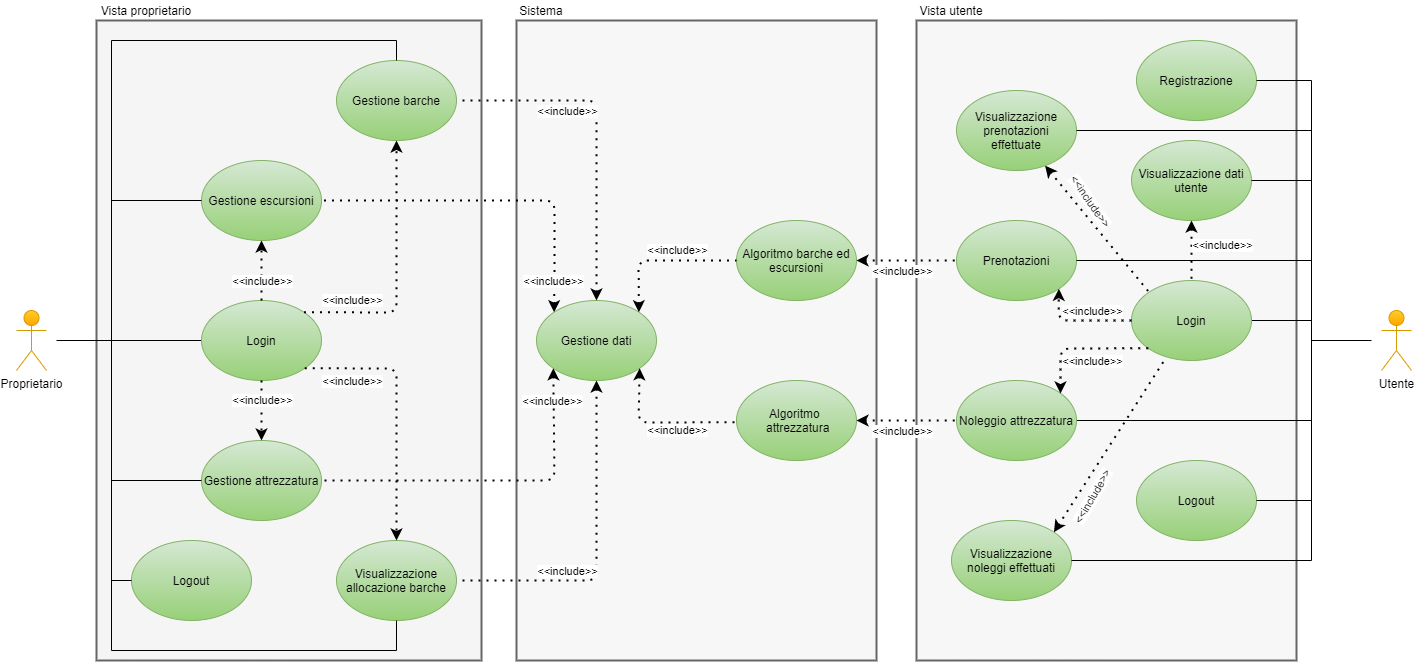
Earlier version of the draw.io export Documentation/images/iterazione0/useCases_v6.png (marcobisceglia/info3B). Source tidied: cells renumbered, new cells last; positions are measured from the earlier drawing's top-left corner, leaving out a move shared by most shapes.
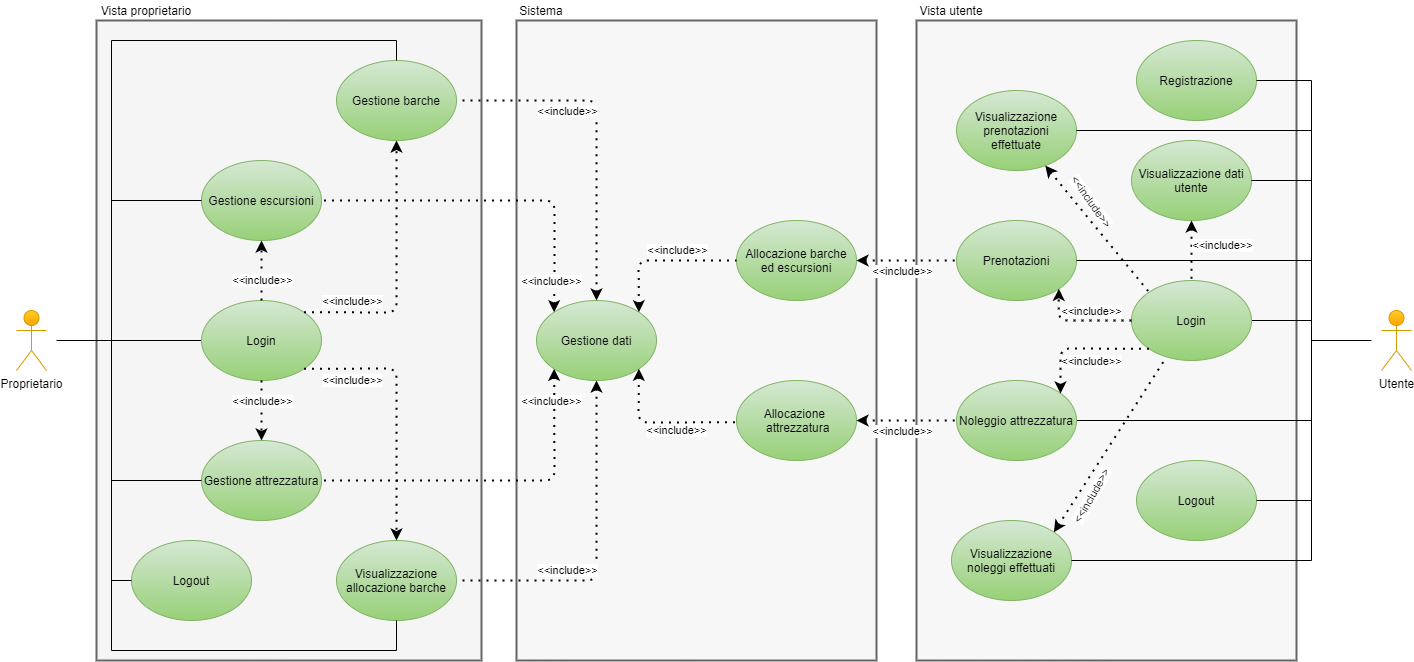
The same diagram one commit later.

Change to the diagram source:
```diff
@@ -127,7 +127,7 @@
         <mxPoint x="-33" y="97.5" as="offset" />
       </mxGeometry>
     </mxCell>
-    <mxCell id="29" value="Algoritmo barche ed escursioni" style="ellipse;whiteSpace=wrap;html=1;fillColor=#d5e8d4;strokeColor=#82b366;gradientColor=#97d077;" parent="1" vertex="1">
+    <mxCell id="29" value="Allocazione barche ed escursioni" style="ellipse;whiteSpace=wrap;html=1;fillColor=#d5e8d4;strokeColor=#82b366;gradientColor=#97d077;" parent="1" vertex="1">
       <mxGeometry x="720" y="220" width="120" height="80" as="geometry" />
     </mxCell>
     <mxCell id="30" style="endArrow=none;dashed=1;html=1;dashPattern=1 3;strokeWidth=2;exitX=1;exitY=0;exitDx=0;exitDy=0;entryX=0;entryY=0.5;entryDx=0;entryDy=0;startArrow=classic;startFill=1;endFill=0;" parent="1" edge="1" source="11" target="29">
@@ -142,7 +142,7 @@
         <mxPoint x="36.9" y="-23.7" as="offset" />
       </mxGeometry>
     </mxCell>
-    <mxCell id="32" value="Algoritmo&amp;nbsp; &amp;nbsp;attrezzatura" style="ellipse;whiteSpace=wrap;html=1;fillColor=#d5e8d4;strokeColor=#82b366;gradientColor=#97d077;" parent="1" vertex="1">
+    <mxCell id="32" value="Allocazione&amp;nbsp; &amp;nbsp;attrezzatura" style="ellipse;whiteSpace=wrap;html=1;fillColor=#d5e8d4;strokeColor=#82b366;gradientColor=#97d077;" parent="1" vertex="1">
       <mxGeometry x="720" y="380" width="120" height="80" as="geometry" />
     </mxCell>
     <mxCell id="33" style="endArrow=none;dashed=1;html=1;dashPattern=1 3;strokeWidth=2;exitX=1;exitY=1;exitDx=0;exitDy=0;entryX=0;entryY=0.522;entryDx=0;entryDy=0;startArrow=classic;startFill=1;entryPerimeter=0;endFill=0;" parent="1" edge="1" source="11" target="32">
```
